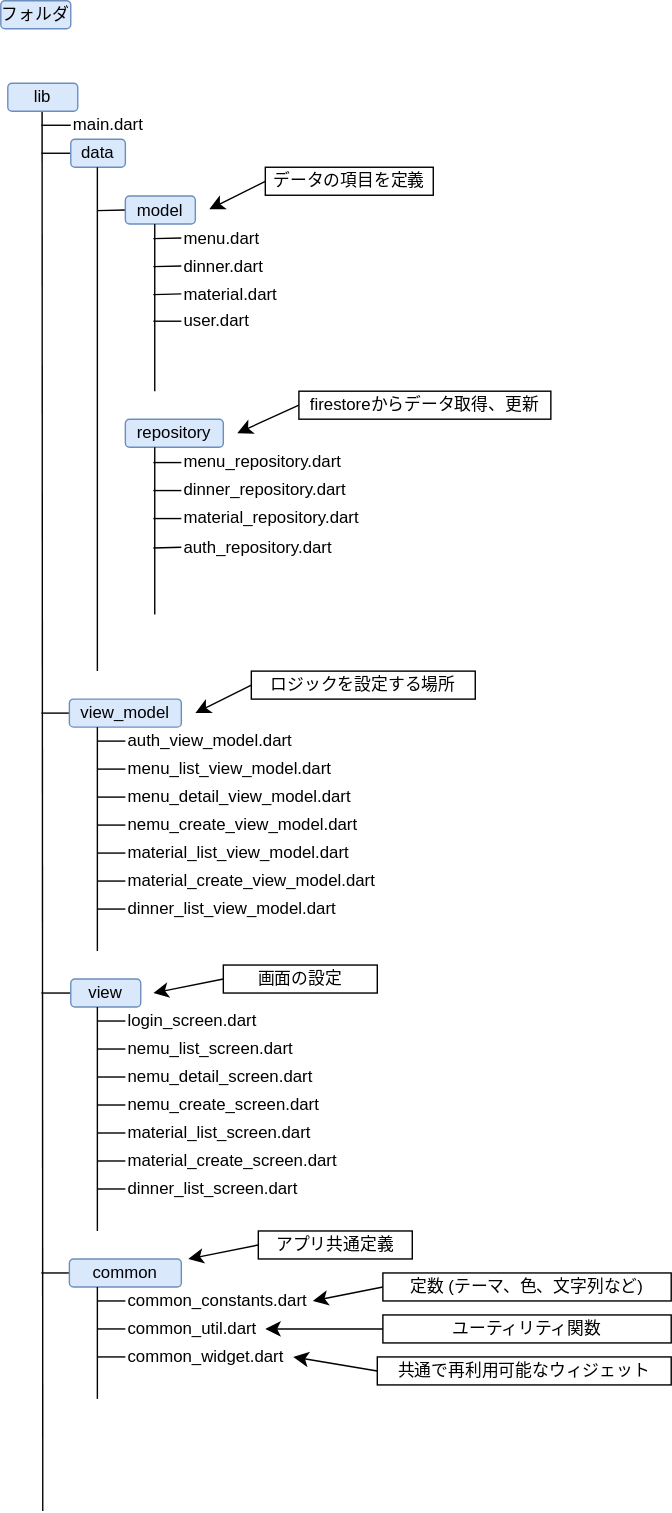
Before: フォルダ構成.drawio.svg, a diagram exported from draw.io (maki1125/menu). Source tidied: cells renumbered, new cells last; positions are measured from the earlier drawing's top-left corner, leaving out a move shared by most shapes.
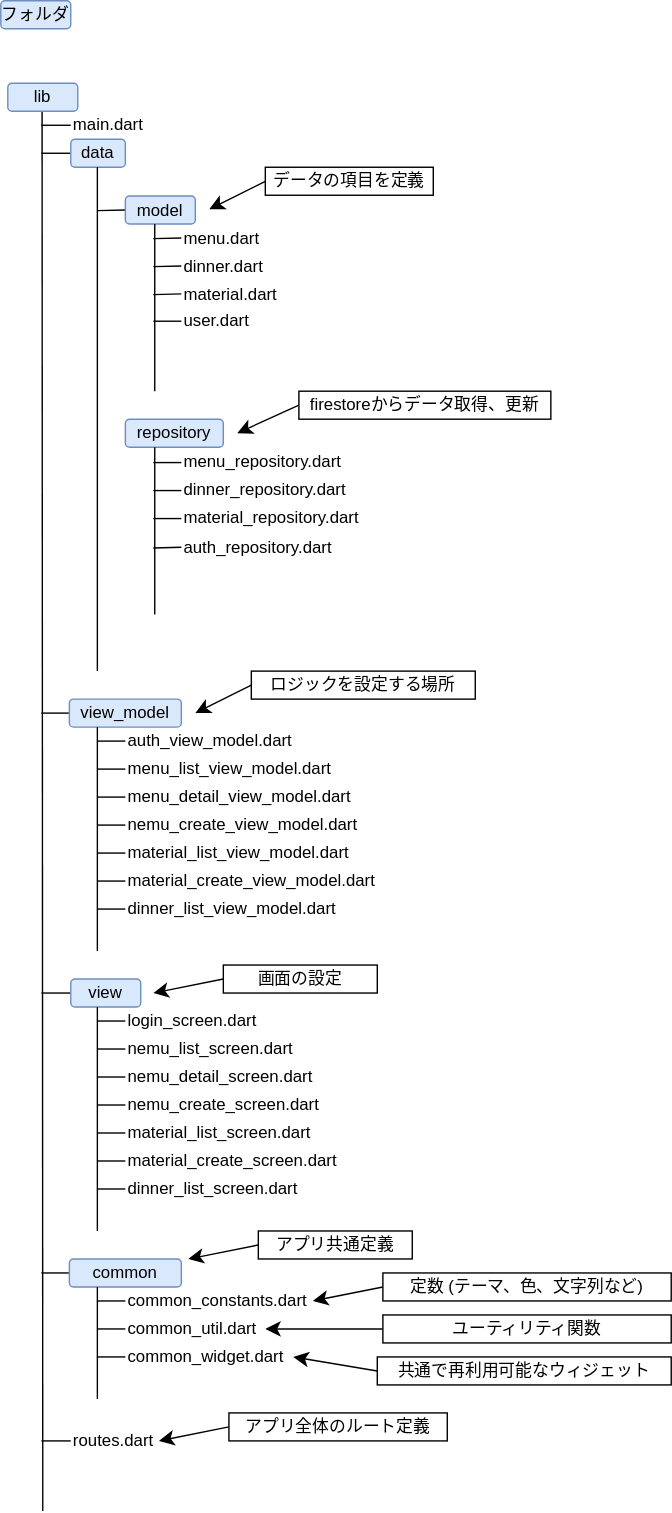
After the commit.

Commit message:
フォルダ構成.drawio.svg を更新します

Diff of the diagram source:
```diff
@@ -363,5 +363,21 @@
     <mxCell id="89" value="共通で再利用可能なウィジェット" style="rounded=0;whiteSpace=wrap;html=1;" parent="1" vertex="1">
       <mxGeometry x="269" y="969" width="210" height="20" as="geometry" />
     </mxCell>
+    <mxCell id="90" style="edgeStyle=none;curved=1;rounded=0;jettySize=auto;html=1;exitX=0;exitY=0.5;exitDx=0;exitDy=0;fontSize=12;startSize=8;endSize=8;endArrow=none;endFill=0;" parent="1" edge="1" source="91">
+      <mxGeometry relative="1" as="geometry">
+        <mxPoint x="29" y="1029" as="targetPoint" />
+      </mxGeometry>
+    </mxCell>
+    <mxCell id="91" value="routes.dart" style="text;html=1;align=left;verticalAlign=middle;whiteSpace=wrap;rounded=0;" parent="1" vertex="1">
+      <mxGeometry x="50" y="1019" width="60" height="20" as="geometry" />
+    </mxCell>
+    <mxCell id="92" style="edgeStyle=none;curved=1;rounded=0;jettySize=auto;html=1;exitX=0;exitY=0.5;exitDx=0;exitDy=0;fontSize=12;startSize=8;endSize=8;" parent="1" edge="1" source="93">
+      <mxGeometry relative="1" as="geometry">
+        <mxPoint x="113" y="1029" as="targetPoint" />
+      </mxGeometry>
+    </mxCell>
+    <mxCell id="93" value="アプリ全体のルート定義" style="rounded=0;whiteSpace=wrap;html=1;" parent="1" vertex="1">
+      <mxGeometry x="163" y="1009" width="156" height="20" as="geometry" />
+    </mxCell>
   </root>
 </mxGraphModel>
```
